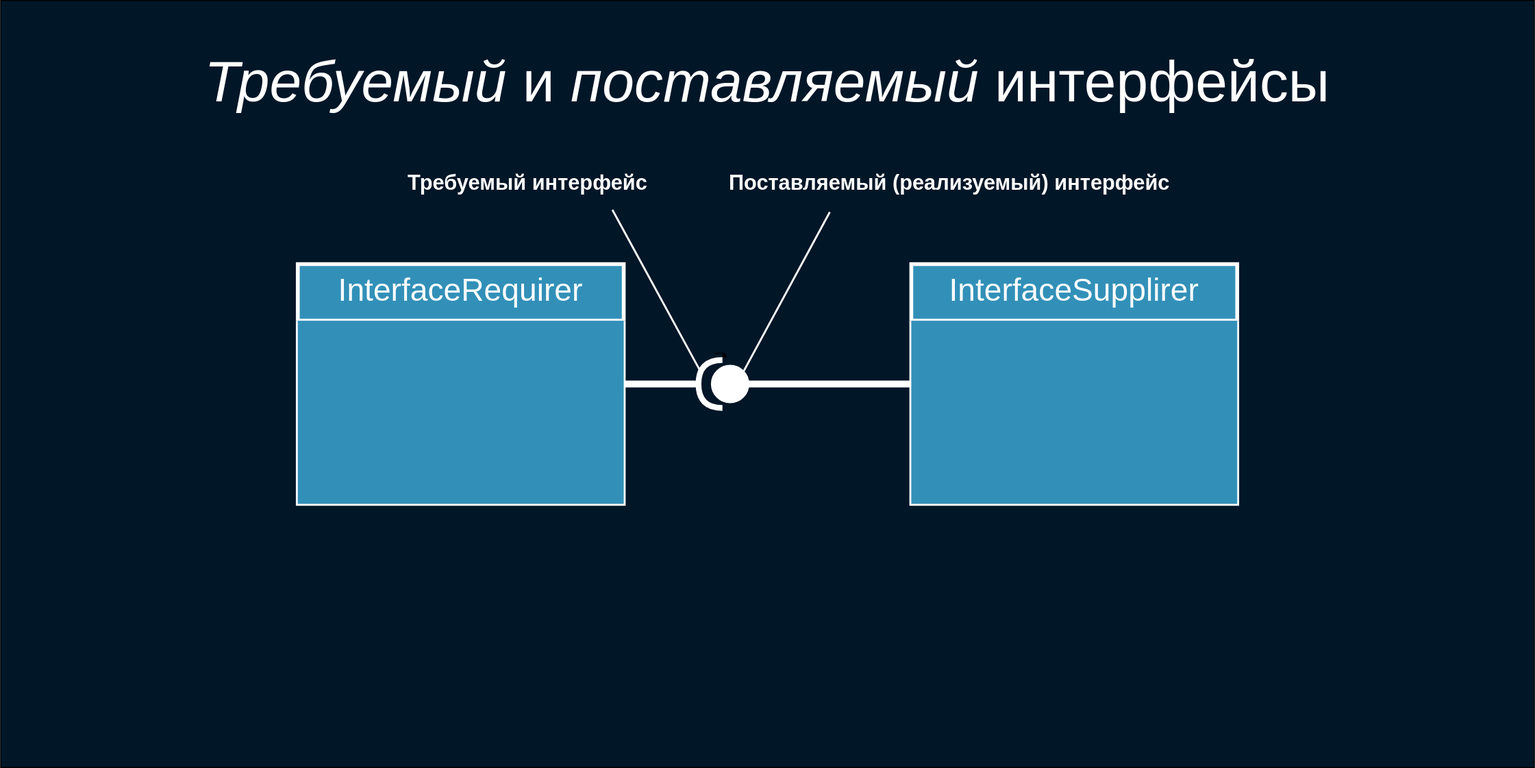
This is deck/ru/diagrams/requiredInterface.svg from softspiders/dip-in-ca-deck, a draw.io export, as it was before one commit. Source tidied: cells renumbered, new cells last; positions are measured from the earlier drawing's top-left corner, leaving out a move shared by most shapes.
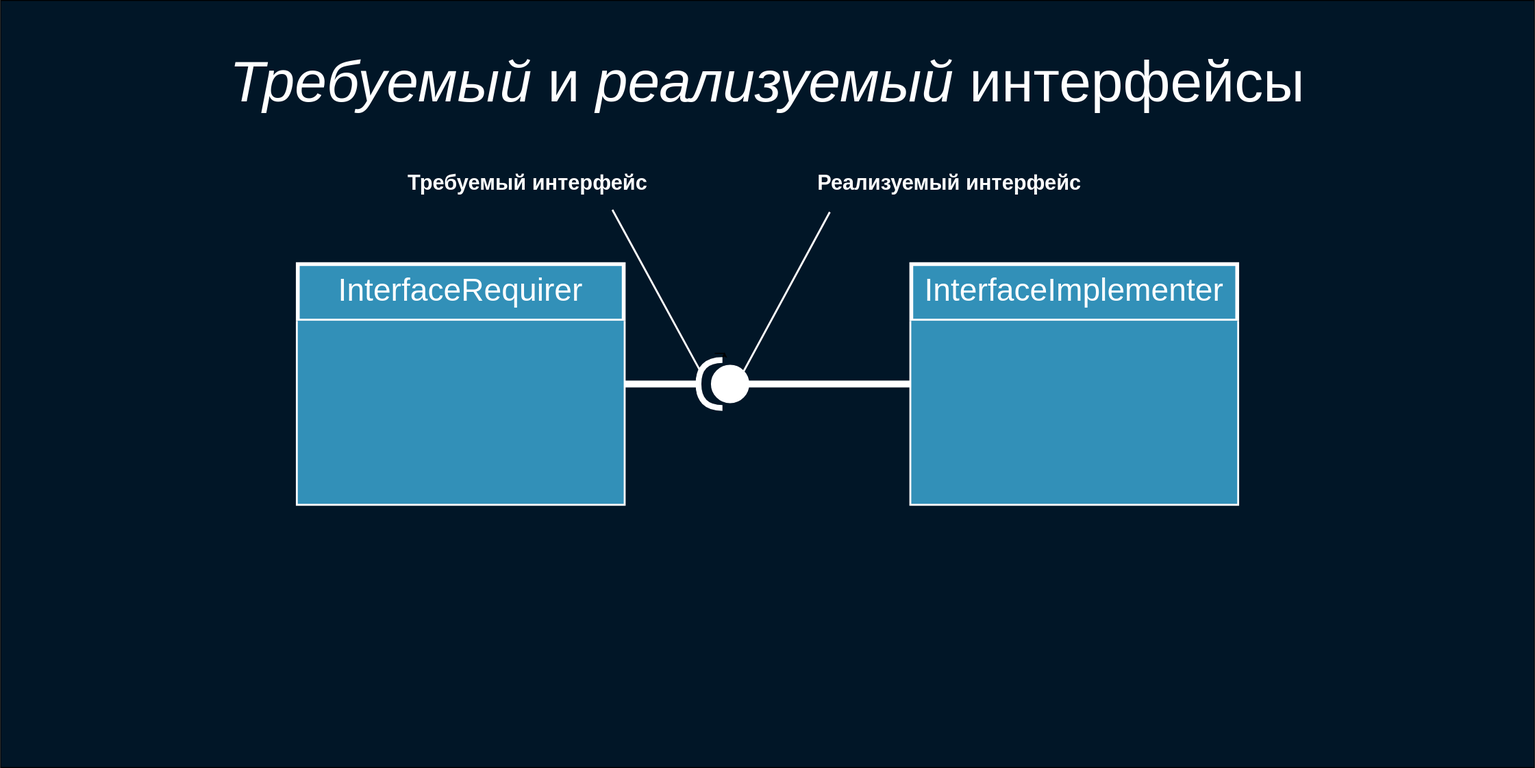
The same file after the commit.

The edit, as a diff of the source:
```diff
@@ -5,7 +5,7 @@
     <mxCell id="2" style="rounded=0;whiteSpace=wrap;html=1;fillColor=#011627;fontSize=30;fontColor=#FFFFFF;strokeColor=#000000;" parent="1" vertex="1">
       <mxGeometry width="1600" height="800" as="geometry" />
     </mxCell>
-    <mxCell id="3" value="&lt;i&gt;Требуемый&lt;/i&gt;&amp;nbsp;и &lt;i&gt;поставляемый&lt;/i&gt;&amp;nbsp;интерфейсы" style="text;html=1;strokeColor=none;fillColor=none;align=center;verticalAlign=middle;whiteSpace=wrap;rounded=0;fontSize=60;fontColor=#FFFFFF;" parent="1" vertex="1">
+    <mxCell id="3" value="&lt;i&gt;Требуемый&lt;/i&gt;&amp;nbsp;и&amp;nbsp;&lt;i&gt;реализуемый&lt;/i&gt;&amp;nbsp;интерфейсы" style="text;html=1;strokeColor=none;fillColor=none;align=center;verticalAlign=middle;whiteSpace=wrap;rounded=0;fontSize=60;fontColor=#FFFFFF;" parent="1" vertex="1">
       <mxGeometry x="180.9" y="50" width="1238.1" height="70" as="geometry" />
     </mxCell>
     <mxCell id="4" style="edgeStyle=orthogonalEdgeStyle;rounded=0;orthogonalLoop=1;jettySize=auto;html=1;exitX=0.5;exitY=1;exitDx=0;exitDy=0;entryX=0.553;entryY=0.974;entryDx=0;entryDy=0;entryPerimeter=0;fontSize=33;fontColor=#FFFFFF;" parent="1" edge="1">
@@ -23,7 +23,7 @@
     <mxCell id="7" style="rounded=0;jettySize=auto;html=1;endArrow=none;endFill=0;fontSize=32;fontColor=#FFFFFF;strokeColor=#FFFFFF;strokeWidth=7;exitX=1;exitY=0.5;exitDx=0;exitDy=0;exitPerimeter=0;entryX=1;entryY=0.5;entryDx=0;entryDy=0;" parent="1" edge="1" source="6" target="10">
       <mxGeometry relative="1" as="geometry" />
     </mxCell>
-    <mxCell id="8" value="InterfaceSupplirer" style="swimlane;fontStyle=0;align=center;verticalAlign=top;horizontal=1;startSize=59;strokeColor=#FFFFFF;strokeWidth=4;fillColor=#3290B8;fontSize=33;fontColor=#FFFFFF;labelBackgroundColor=none;" parent="1" vertex="1">
+    <mxCell id="8" value="InterfaceImplementer" style="swimlane;fontStyle=0;align=center;verticalAlign=top;horizontal=1;startSize=59;strokeColor=#FFFFFF;strokeWidth=4;fillColor=#3290B8;fontSize=33;fontColor=#FFFFFF;labelBackgroundColor=none;" parent="1" vertex="1">
       <mxGeometry x="950" y="275" width="340" height="250" as="geometry" />
     </mxCell>
     <mxCell id="9" style="text;strokeColor=none;fillColor=#3290B8;align=left;verticalAlign=top;spacingLeft=4;spacingRight=4;overflow=hidden;fontColor=#FFFFFF;fontSize=30;labelBackgroundColor=none;" parent="8" vertex="1">
@@ -41,7 +41,7 @@
     <mxCell id="13" style="endArrow=none;html=1;strokeColor=#FFFFFF;strokeWidth=2;fontSize=16;fontColor=#FFFFFF;entryX=0.815;entryY=1.041;entryDx=0;entryDy=0;entryPerimeter=0;exitX=0.962;exitY=0.769;exitDx=0;exitDy=0;exitPerimeter=0;" parent="1" edge="1" source="6" target="12">
       <mxGeometry relative="1" as="geometry" />
     </mxCell>
-    <mxCell id="14" value="Поставляемый (реализуемый) интерфейс" style="text;align=center;fontStyle=1;verticalAlign=middle;spacingLeft=3;spacingRight=3;strokeColor=none;points=[[0,0.5],[1,0.5]];portConstraint=eastwest;labelBackgroundColor=none;fillColor=none;fontSize=22;fontColor=#FFFFFF;strokeWidth=4;" parent="1" vertex="1">
+    <mxCell id="14" value="Реализуемый интерфейс" style="text;align=center;fontStyle=1;verticalAlign=middle;spacingLeft=3;spacingRight=3;strokeColor=none;points=[[0,0.5],[1,0.5]];portConstraint=eastwest;labelBackgroundColor=none;fillColor=none;fontSize=22;fontColor=#FFFFFF;strokeWidth=4;" parent="1" vertex="1">
       <mxGeometry x="740" y="160" width="500" height="56" as="geometry" />
     </mxCell>
     <mxCell id="15" style="endArrow=none;html=1;strokeColor=#FFFFFF;strokeWidth=2;fontSize=16;fontColor=#FFFFFF;entryX=0.25;entryY=1.083;entryDx=0;entryDy=0;entryPerimeter=0;exitX=0.068;exitY=0.746;exitDx=0;exitDy=0;exitPerimeter=0;" parent="1" edge="1" source="6" target="14">
```
